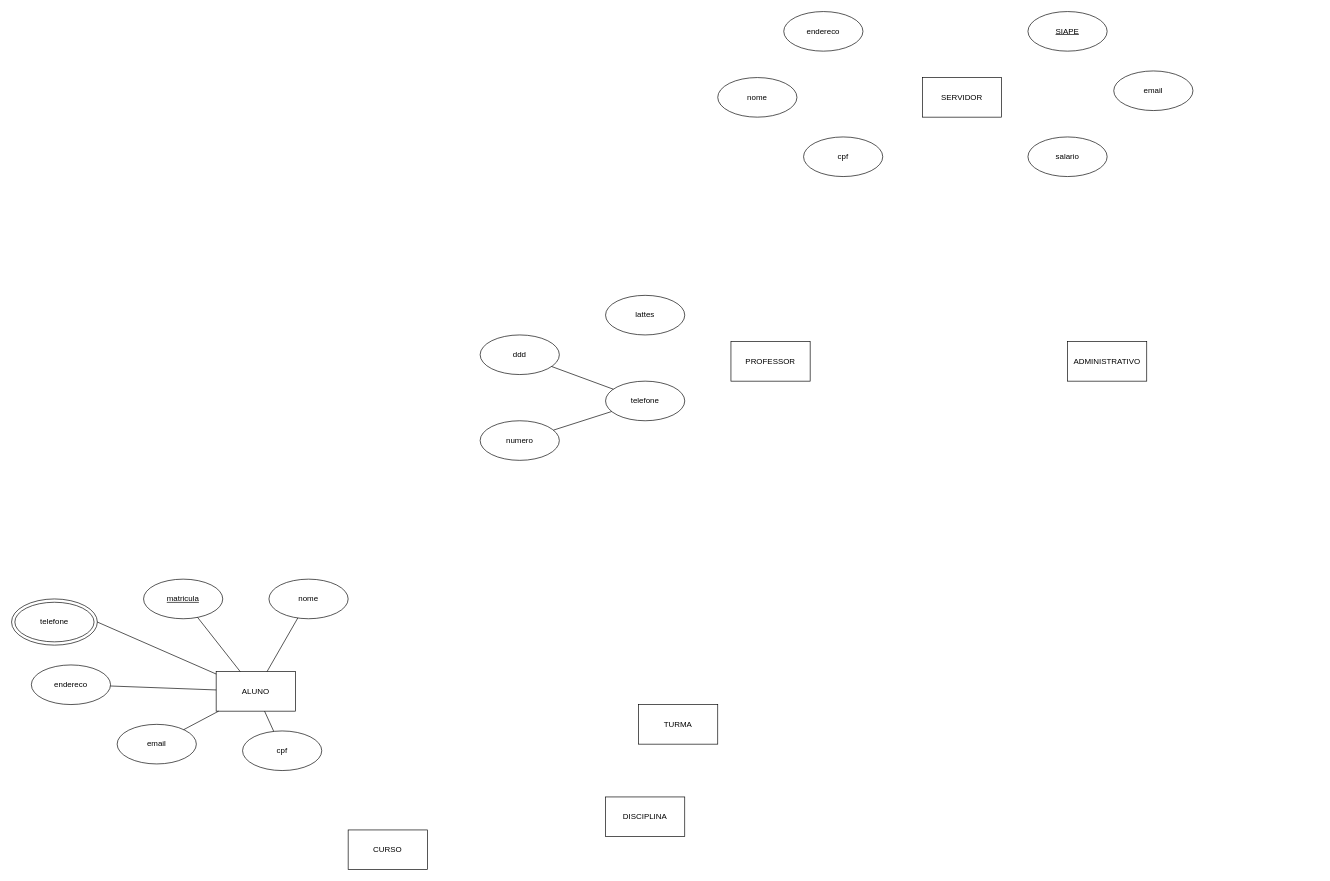
This is LEOBDATV3-1.drawio from Konitch/Diagram, a draw.io file, before an edit. Source tidied: cells renumbered, new cells numbered last; positions are measured from the earlier drawing's top-left corner, leaving out a move shared by most shapes. Both pictures are drawn from the tidied source at 66%, with x=0, y=0 at pixel (11, 11).
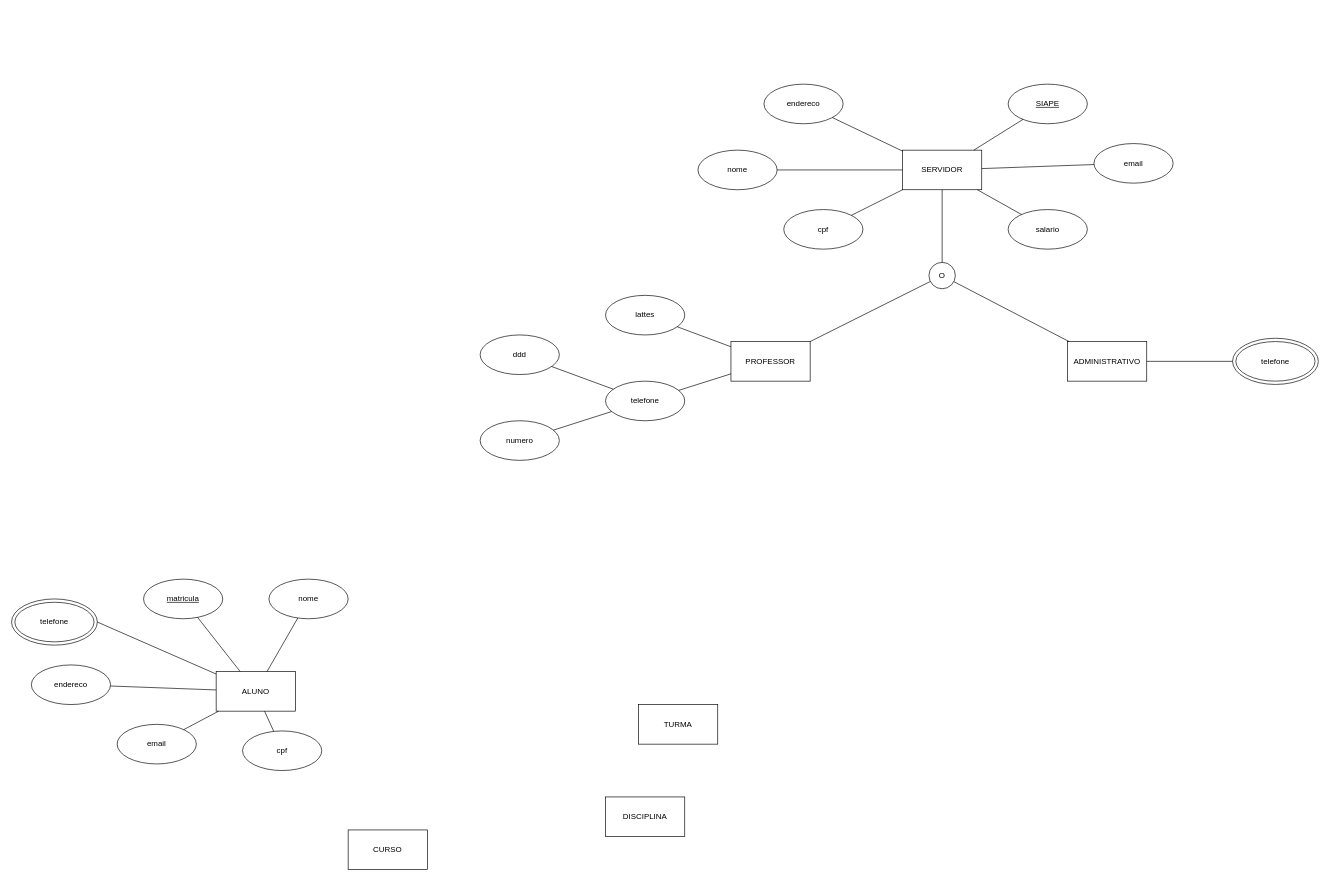
After the change.

Unchanged cells that the change refers to:
```xml
<mxCell id="3" value="PROFESSOR" style="rounded=0;whiteSpace=wrap;html=1;" parent="1" vertex="1">
  <mxGeometry x="1090" y="500" width="120" height="60" as="geometry" />
</mxCell>
<mxCell id="6" value="ADMINISTRATIVO" style="rounded=0;whiteSpace=wrap;html=1;" parent="1" vertex="1">
  <mxGeometry x="1600" y="500" width="120" height="60" as="geometry" />
</mxCell>
<mxCell id="26" value="lattes" style="ellipse;whiteSpace=wrap;html=1;" parent="1" vertex="1">
  <mxGeometry x="900" y="430" width="120" height="60" as="geometry" />
</mxCell>
<mxCell id="29" value="telefone" style="ellipse;whiteSpace=wrap;html=1;" parent="1" vertex="1">
  <mxGeometry x="900" y="560" width="120" height="60" as="geometry" />
</mxCell>
```

What changed in the source:
```diff
@@
     <mxCell id="5" value="SERVIDOR" style="rounded=0;whiteSpace=wrap;html=1;" parent="1" vertex="1">
-      <mxGeometry x="1380" y="100" width="120" height="60" as="geometry" />
+      <mxGeometry x="1350" y="210" width="120" height="60" as="geometry" />
     </mxCell>
@@
     <mxCell id="22" value="&lt;u&gt;SIAPE&lt;/u&gt;" style="ellipse;whiteSpace=wrap;html=1;" parent="1" vertex="1">
-      <mxGeometry x="1540" width="120" height="60" as="geometry" />
+      <mxGeometry x="1510" y="110" width="120" height="60" as="geometry" />
     </mxCell>
     <mxCell id="23" value="nome" style="ellipse;whiteSpace=wrap;html=1;" parent="1" vertex="1">
-      <mxGeometry x="1070" y="100" width="120" height="60" as="geometry" />
+      <mxGeometry x="1040" y="210" width="120" height="60" as="geometry" />
     </mxCell>
     <mxCell id="24" value="endereco" style="ellipse;whiteSpace=wrap;html=1;" parent="1" vertex="1">
-      <mxGeometry x="1170" width="120" height="60" as="geometry" />
+      <mxGeometry x="1140" y="110" width="120" height="60" as="geometry" />
     </mxCell>
     <mxCell id="25" value="salario" style="ellipse;whiteSpace=wrap;html=1;" parent="1" vertex="1">
-      <mxGeometry x="1540" y="190" width="120" height="60" as="geometry" />
+      <mxGeometry x="1510" y="300" width="120" height="60" as="geometry" />
     </mxCell>
@@
     <mxCell id="27" value="email" style="ellipse;whiteSpace=wrap;html=1;" parent="1" vertex="1">
-      <mxGeometry x="1670" y="90" width="120" height="60" as="geometry" />
+      <mxGeometry x="1640" y="200" width="120" height="60" as="geometry" />
     </mxCell>
     <mxCell id="28" value="cpf" style="ellipse;whiteSpace=wrap;html=1;" parent="1" vertex="1">
-      <mxGeometry x="1200" y="190" width="120" height="60" as="geometry" />
+      <mxGeometry x="1170" y="300" width="120" height="60" as="geometry" />
     </mxCell>
@@
+    <mxCell id="34" style="ellipse;whiteSpace=wrap;html=1;" parent="1" vertex="1">
+      <mxGeometry x="1850" y="495" width="130" height="70" as="geometry" />
+    </mxCell>
+    <mxCell id="35" value="telefone" style="ellipse;whiteSpace=wrap;html=1;" parent="1" vertex="1">
+      <mxGeometry x="1855" y="500" width="120" height="60" as="geometry" />
+    </mxCell>
+    <mxCell id="36" style="endArrow=none;html=1;rounded=0;" parent="1" edge="1" source="26" target="3">
+      <mxGeometry relative="1" as="geometry" />
+    </mxCell>
+    <mxCell id="37" style="endArrow=none;html=1;rounded=0;" parent="1" edge="1" source="3" target="29">
+      <mxGeometry relative="1" as="geometry" />
+    </mxCell>
+    <mxCell id="38" style="endArrow=none;html=1;rounded=0;entryX=0;entryY=0.5;entryDx=0;entryDy=0;" parent="1" edge="1" source="6" target="34">
+      <mxGeometry relative="1" as="geometry" />
+    </mxCell>
+    <mxCell id="39" style="endArrow=none;html=1;rounded=0;" parent="1" edge="1" source="28" target="5">
+      <mxGeometry relative="1" as="geometry" />
+    </mxCell>
+    <mxCell id="40" style="endArrow=none;html=1;rounded=0;" parent="1" edge="1" source="25" target="5">
+      <mxGeometry relative="1" as="geometry" />
+    </mxCell>
+    <mxCell id="41" style="endArrow=none;html=1;rounded=0;" parent="1" edge="1" source="23" target="5">
+      <mxGeometry relative="1" as="geometry" />
+    </mxCell>
+    <mxCell id="42" style="endArrow=none;html=1;rounded=0;" parent="1" edge="1" source="24" target="5">
+      <mxGeometry relative="1" as="geometry" />
+    </mxCell>
+    <mxCell id="43" style="endArrow=none;html=1;rounded=0;" parent="1" edge="1" source="22" target="5">
+      <mxGeometry relative="1" as="geometry" />
+    </mxCell>
+    <mxCell id="44" style="endArrow=none;html=1;rounded=0;" parent="1" edge="1" source="27" target="5">
+      <mxGeometry relative="1" as="geometry" />
+    </mxCell>
+    <mxCell id="45" value="O" style="ellipse;whiteSpace=wrap;html=1;" parent="1" vertex="1">
+      <mxGeometry x="1390" y="380" width="40" height="40" as="geometry" />
+    </mxCell>
+    <mxCell id="46" style="endArrow=none;html=1;rounded=0;" parent="1" edge="1" source="5" target="45">
+      <mxGeometry relative="1" as="geometry" />
+    </mxCell>
+    <mxCell id="47" style="endArrow=none;html=1;rounded=0;" parent="1" edge="1" source="3" target="45">
+      <mxGeometry relative="1" as="geometry" />
+    </mxCell>
+    <mxCell id="48" style="endArrow=none;html=1;rounded=0;" parent="1" edge="1" source="6" target="45">
+      <mxGeometry relative="1" as="geometry" />
+    </mxCell>
```
